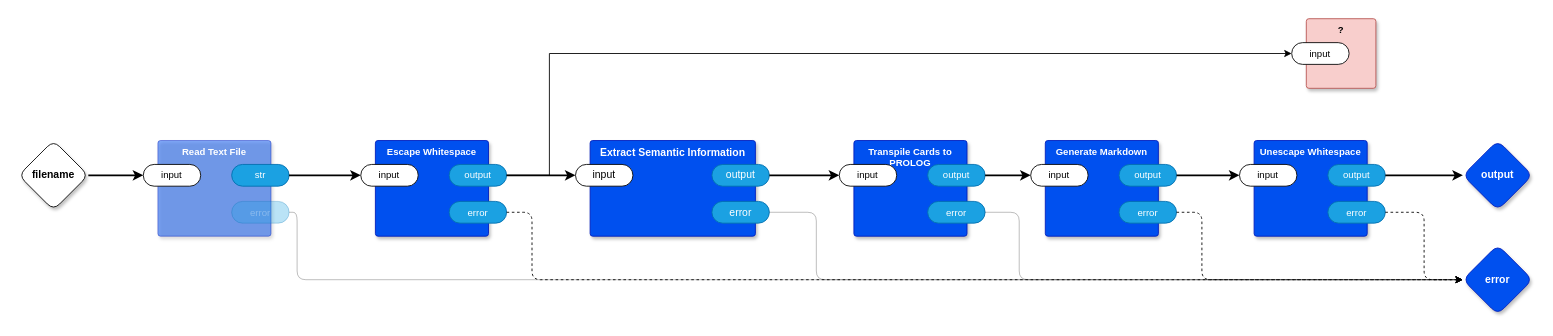
Before: page "main" (1 of 14) of top.drawio in guitarvydas/kinopio2md, a draw.io diagram. Source tidied: cells renumbered, new cells numbered last; positions are measured from the earlier drawing's top-left corner, leaving out a move shared by most shapes. Both pictures are drawn from the tidied source at 87%, with x=0, y=0 at pixel (18, 18).
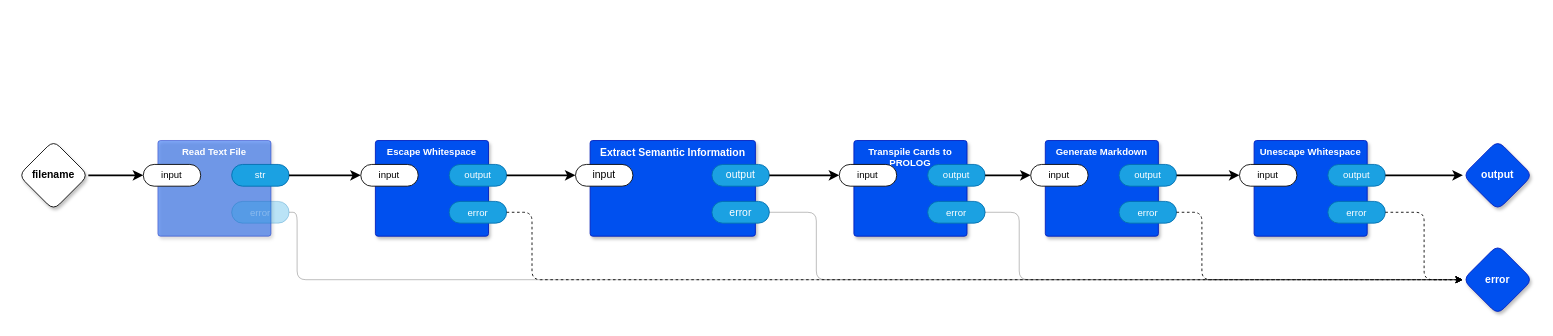
The same diagram, later.

Unchanged cells that the change refers to:
```xml
<mxCell id="31" value="output" style="rounded=1;whiteSpace=wrap;html=1;sketch=0;points=[[0,0.5,0,0,0],[1,0.5,0,0,0]];fillColor=#1ba1e2;fontColor=#ffffff;strokeColor=#006EAF;arcSize=50;fontFamily=Helvetica;fontSize=11;" parent="29" vertex="1">
  <mxGeometry x="84.8" y="27.5" width="66" height="25" as="geometry" />
</mxCell>
```

The edit, as a diff of the source:
```diff
@@
-    <mxCell id="42" value="?" style="rounded=1;whiteSpace=wrap;html=1;sketch=0;verticalAlign=top;arcSize=6;fontStyle=1;absoluteArcSize=1;shadow=1;strokeColor=#b85450;fillColor=#f8cecc;fontFamily=Helvetica;fontSize=11;" parent="1" vertex="1">
-      <mxGeometry x="1480" width="80" height="80" as="geometry" />
-    </mxCell>
-    <mxCell id="43" value="input" style="rounded=1;whiteSpace=wrap;html=1;sketch=0;points=[[0,0.5,0,0,0],[1,0.5,0,0,0]];arcSize=50;fontFamily=Helvetica;fontSize=11;fontColor=default;" parent="42" vertex="1">
-      <mxGeometry x="-16.8" y="27.5" width="66" height="25" as="geometry" />
-    </mxCell>
-    <mxCell id="44" style="edgeStyle=orthogonalEdgeStyle;rounded=0;jettySize=auto;html=1;exitX=1;exitY=0.5;exitDx=0;exitDy=0;exitPerimeter=0;entryX=0;entryY=0.5;entryDx=0;entryDy=0;entryPerimeter=0;" parent="1" edge="1" source="31" target="43">
-      <mxGeometry relative="1" as="geometry">
-        <Array as="points">
-          <mxPoint x="610" y="180" />
-          <mxPoint x="610" y="40" />
-        </Array>
-      </mxGeometry>
-    </mxCell>
```
